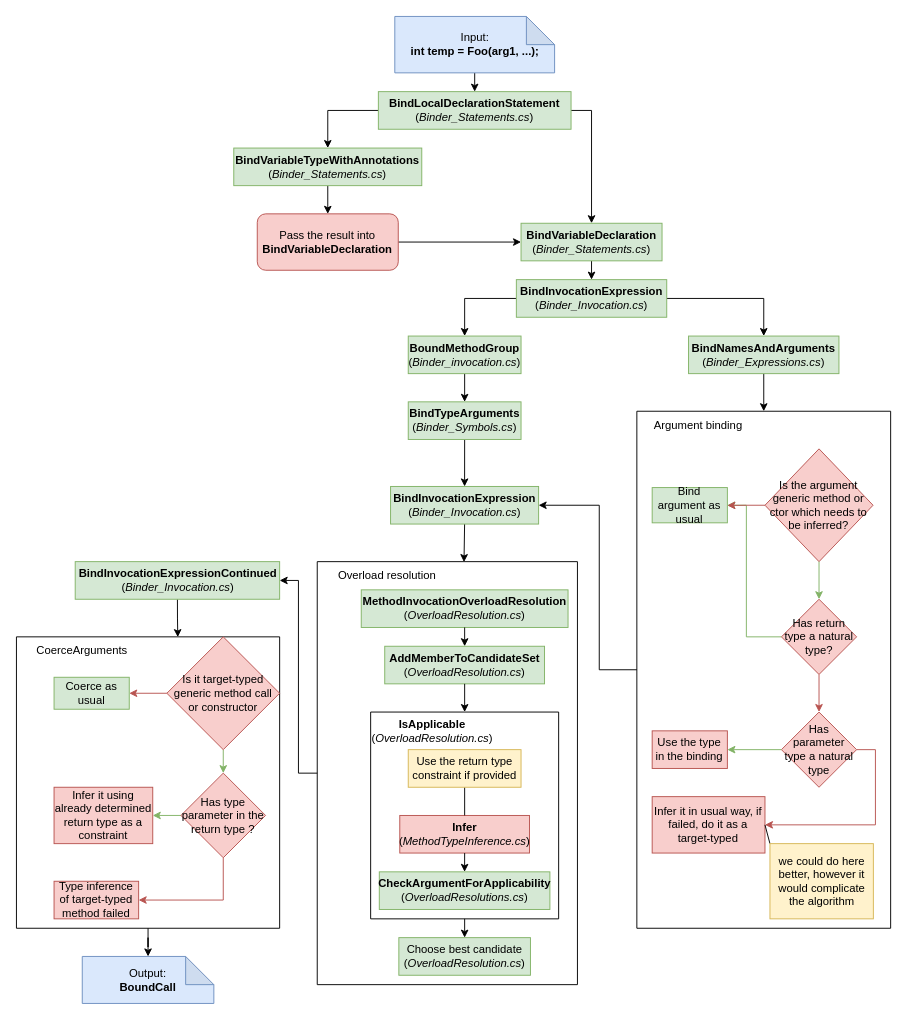
Before: Notes/Artifacts/InvocationExpressionBinding_Improved.drawio in TomatorCZ/master-thesis, a draw.io diagram. Source tidied: cells renumbered, new cells numbered last; positions are measured from the earlier drawing's top-left corner, leaving out a move shared by most shapes. Both pictures are drawn from the tidied source at 94%, with x=0, y=0 at pixel (16, 16).
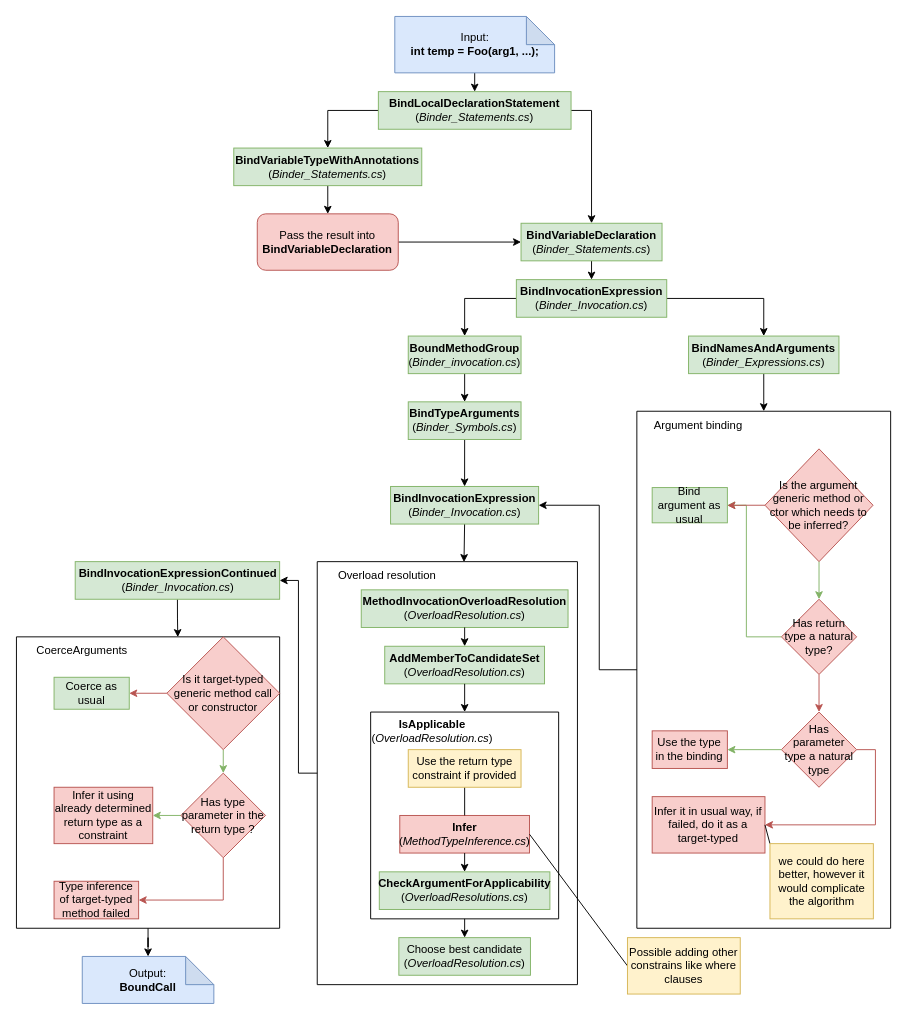
Above is the later version.

Commit message (it also covers changes not shown here):
Add info from where clauses

The change refers to these unchanged cells:
```xml
<mxCell id="67" value="&lt;b&gt;Infer&lt;/b&gt;&lt;br&gt;(&lt;i&gt;MethodTypeInference.cs&lt;/i&gt;)" style="rounded=0;whiteSpace=wrap;html=1;fillColor=#f8cecc;strokeColor=#b85450;" parent="65" vertex="1">
  <mxGeometry x="31" y="110" width="138" height="40" as="geometry" />
</mxCell>
```

What changed in the source:
```diff
@@
+    <mxCell id="72" style="rounded=0;jettySize=auto;html=1;exitX=0;exitY=0.5;exitDx=0;exitDy=0;entryX=1;entryY=0.5;entryDx=0;entryDy=0;endArrow=none;endFill=0;" parent="1" edge="1" source="73" target="67">
+      <mxGeometry relative="1" as="geometry" />
+    </mxCell>
+    <mxCell id="73" value="Possible adding other constrains like where clauses" style="rounded=0;whiteSpace=wrap;html=1;fillColor=#fff2cc;strokeColor=#d6b656;" parent="1" vertex="1">
+      <mxGeometry x="650" y="980" width="120" height="60" as="geometry" />
+    </mxCell>
```
